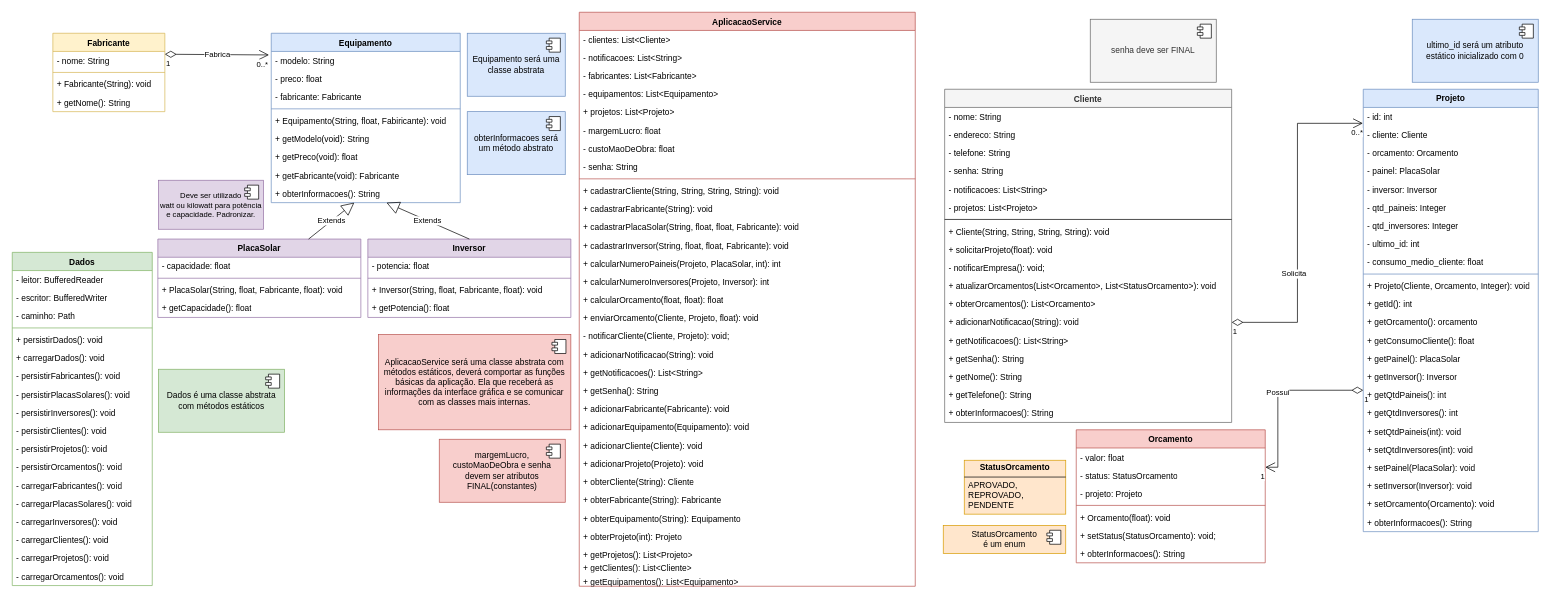
The draw.io diagram diagrama_de_classes.drawio in tasso121/EnergiaSolar, before the edit. Source tidied: cells renumbered, new cells numbered last; positions are measured from the earlier drawing's top-left corner, leaving out a move shared by most shapes. Both pictures are drawn from the tidied source at 70%, with x=0, y=0 at pixel (12, 12).
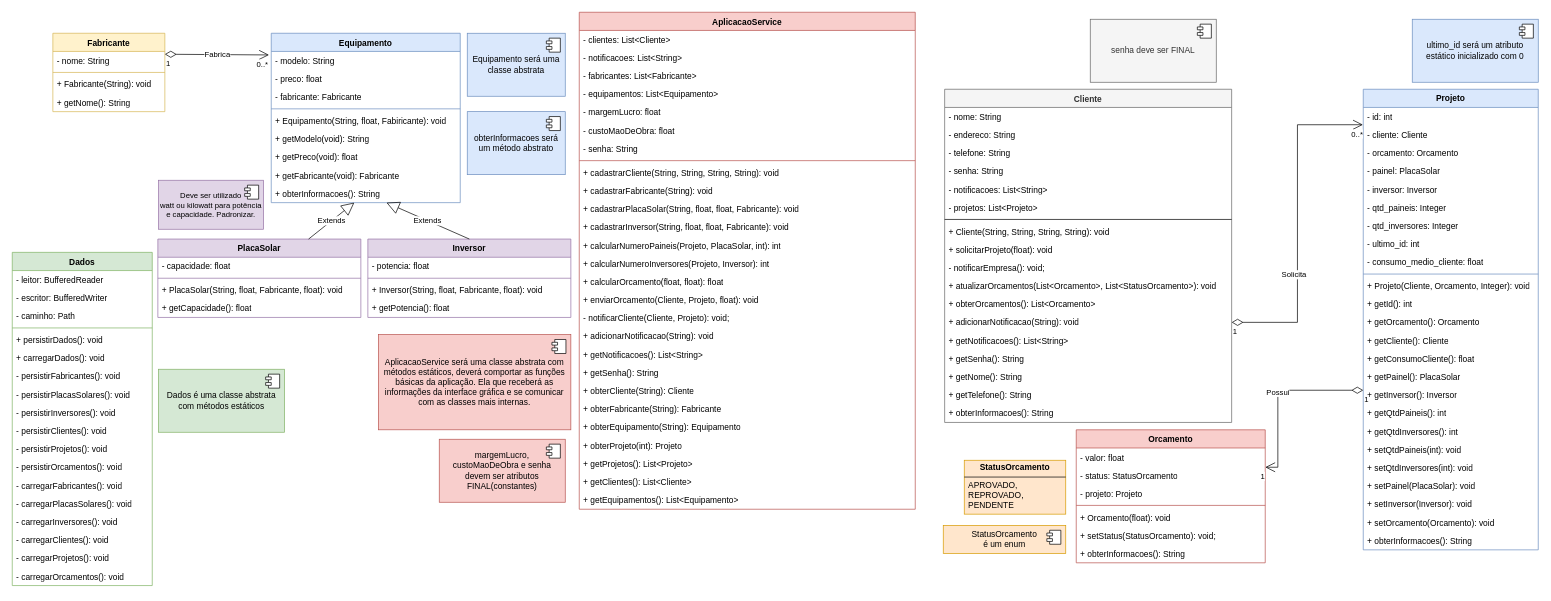
The same page after the edit.

What changed in the source:
```diff
@@
     <mxCell id="52" value="AplicacaoService" style="swimlane;fontStyle=1;align=center;verticalAlign=top;horizontal=1;startSize=26;whiteSpace=wrap;html=1;fillColor=#f8cecc;strokeColor=#b85450;" parent="1" vertex="1">
-      <mxGeometry x="810" width="480" height="820" as="geometry" />
+      <mxGeometry x="810" width="480" height="710" as="geometry" />
     </mxCell>
@@
-    <mxCell id="57" value="+ projetos: List&amp;lt;Projeto&amp;gt;" style="text;strokeColor=none;fillColor=none;align=left;verticalAlign=top;spacingLeft=4;spacingRight=4;overflow=hidden;whiteSpace=wrap;html=1;" parent="52" vertex="1">
-      <mxGeometry y="130" width="480" height="26" as="geometry" />
-    </mxCell>
     <mxCell id="58" value="- margemLucro: float" style="text;strokeColor=none;fillColor=none;align=left;verticalAlign=top;spacingLeft=4;spacingRight=4;overflow=hidden;whiteSpace=wrap;html=1;" parent="52" vertex="1">
-      <mxGeometry y="156" width="480" height="26" as="geometry" />
+      <mxGeometry y="130" width="480" height="26" as="geometry" />
     </mxCell>
     <mxCell id="59" value="- custoMaoDeObra: float" style="text;strokeColor=none;fillColor=none;align=left;verticalAlign=top;spacingLeft=4;spacingRight=4;overflow=hidden;whiteSpace=wrap;html=1;" parent="52" vertex="1">
-      <mxGeometry y="182" width="480" height="26" as="geometry" />
+      <mxGeometry y="156" width="480" height="26" as="geometry" />
     </mxCell>
     <mxCell id="60" value="- senha: String" style="text;strokeColor=none;fillColor=none;align=left;verticalAlign=top;spacingLeft=4;spacingRight=4;overflow=hidden;whiteSpace=wrap;html=1;" parent="52" vertex="1">
-      <mxGeometry y="208" width="480" height="26" as="geometry" />
+      <mxGeometry y="182" width="480" height="26" as="geometry" />
     </mxCell>
     <mxCell id="61" style="line;strokeWidth=1;fillColor=none;align=left;verticalAlign=middle;spacingTop=-1;spacingLeft=3;spacingRight=3;labelPosition=right;strokeColor=inherit;" parent="52" vertex="1">
-      <mxGeometry y="234" width="480" height="8" as="geometry" />
+      <mxGeometry y="208" width="480" height="8" as="geometry" />
     </mxCell>
     <mxCell id="62" value="+ cadastrarCliente(String, String, String, String): void" style="text;strokeColor=none;fillColor=none;align=left;verticalAlign=top;spacingLeft=4;spacingRight=4;overflow=hidden;whiteSpace=wrap;html=1;" parent="52" vertex="1">
-      <mxGeometry y="242" width="480" height="26" as="geometry" />
+      <mxGeometry y="216" width="480" height="26" as="geometry" />
     </mxCell>
     <mxCell id="63" value="+ cadastrarFabricante(String): void" style="text;strokeColor=none;fillColor=none;align=left;verticalAlign=top;spacingLeft=4;spacingRight=4;overflow=hidden;whiteSpace=wrap;html=1;" parent="52" vertex="1">
-      <mxGeometry y="268" width="480" height="26" as="geometry" />
+      <mxGeometry y="242" width="480" height="26" as="geometry" />
     </mxCell>
     <mxCell id="64" value="+ cadastrarPlacaSolar(String, float, float, Fabricante): void" style="text;strokeColor=none;fillColor=none;align=left;verticalAlign=top;spacingLeft=4;spacingRight=4;overflow=hidden;whiteSpace=wrap;html=1;" parent="52" vertex="1">
-      <mxGeometry y="294" width="480" height="26" as="geometry" />
+      <mxGeometry y="268" width="480" height="26" as="geometry" />
     </mxCell>
     <mxCell id="65" value="+ cadastrarInversor(String, float, float, Fabricante): void" style="text;strokeColor=none;fillColor=none;align=left;verticalAlign=top;spacingLeft=4;spacingRight=4;overflow=hidden;whiteSpace=wrap;html=1;" parent="52" vertex="1">
-      <mxGeometry y="320" width="480" height="26" as="geometry" />
+      <mxGeometry y="294" width="480" height="26" as="geometry" />
     </mxCell>
     <mxCell id="66" value="+ calcularNumeroPaineis(Projeto, PlacaSolar, int): int" style="text;strokeColor=none;fillColor=none;align=left;verticalAlign=top;spacingLeft=4;spacingRight=4;overflow=hidden;whiteSpace=wrap;html=1;" parent="52" vertex="1">
-      <mxGeometry y="346" width="480" height="26" as="geometry" />
+      <mxGeometry y="320" width="480" height="26" as="geometry" />
     </mxCell>
     <mxCell id="67" value="+ calcularNumeroInversores(Projeto, Inversor): int" style="text;strokeColor=none;fillColor=none;align=left;verticalAlign=top;spacingLeft=4;spacingRight=4;overflow=hidden;whiteSpace=wrap;html=1;" parent="52" vertex="1">
-      <mxGeometry y="372" width="480" height="26" as="geometry" />
+      <mxGeometry y="346" width="480" height="26" as="geometry" />
     </mxCell>
     <mxCell id="68" value="+ calcularOrcamento(float, float): float" style="text;strokeColor=none;fillColor=none;align=left;verticalAlign=top;spacingLeft=4;spacingRight=4;overflow=hidden;whiteSpace=wrap;html=1;" parent="52" vertex="1">
-      <mxGeometry y="398" width="480" height="26" as="geometry" />
+      <mxGeometry y="372" width="480" height="26" as="geometry" />
     </mxCell>
     <mxCell id="69" value="+ enviarOrcamento(Cliente, Projeto, float): void" style="text;strokeColor=none;fillColor=none;align=left;verticalAlign=top;spacingLeft=4;spacingRight=4;overflow=hidden;whiteSpace=wrap;html=1;" parent="52" vertex="1">
-      <mxGeometry y="424" width="480" height="26" as="geometry" />
+      <mxGeometry y="398" width="480" height="26" as="geometry" />
     </mxCell>
     <mxCell id="70" value="- notificarCliente(Cliente, Projeto): void;" style="text;strokeColor=none;fillColor=none;align=left;verticalAlign=top;spacingLeft=4;spacingRight=4;overflow=hidden;whiteSpace=wrap;html=1;" parent="52" vertex="1">
-      <mxGeometry y="450" width="480" height="26" as="geometry" />
+      <mxGeometry y="424" width="480" height="26" as="geometry" />
     </mxCell>
     <mxCell id="71" value="+ adicionarNotificacao(String): void" style="text;strokeColor=none;fillColor=none;align=left;verticalAlign=top;spacingLeft=4;spacingRight=4;overflow=hidden;whiteSpace=wrap;html=1;" parent="52" vertex="1">
-      <mxGeometry y="476" width="480" height="26" as="geometry" />
+      <mxGeometry y="450" width="480" height="26" as="geometry" />
     </mxCell>
     <mxCell id="72" value="+ getNotificacoes(): List&amp;lt;String&amp;gt;" style="text;strokeColor=none;fillColor=none;align=left;verticalAlign=top;spacingLeft=4;spacingRight=4;overflow=hidden;whiteSpace=wrap;html=1;" parent="52" vertex="1">
-      <mxGeometry y="502" width="480" height="26" as="geometry" />
+      <mxGeometry y="476" width="480" height="26" as="geometry" />
     </mxCell>
     <mxCell id="73" value="+ getSenha(): String" style="text;strokeColor=none;fillColor=none;align=left;verticalAlign=top;spacingLeft=4;spacingRight=4;overflow=hidden;whiteSpace=wrap;html=1;" parent="52" vertex="1">
-      <mxGeometry y="528" width="480" height="26" as="geometry" />
+      <mxGeometry y="502" width="480" height="26" as="geometry" />
     </mxCell>
-    <mxCell id="74" value="+ adicionarFabricante(Fabricante): void" style="text;strokeColor=none;fillColor=none;align=left;verticalAlign=top;spacingLeft=4;spacingRight=4;overflow=hidden;whiteSpace=wrap;html=1;" parent="52" vertex="1">
-      <mxGeometry y="554" width="480" height="26" as="geometry" />
-    </mxCell>
-    <mxCell id="75" value="+ adicionarEquipamento(Equipamento): void" style="text;strokeColor=none;fillColor=none;align=left;verticalAlign=top;spacingLeft=4;spacingRight=4;overflow=hidden;whiteSpace=wrap;html=1;" parent="52" vertex="1">
-      <mxGeometry y="580" width="480" height="26" as="geometry" />
-    </mxCell>
-    <mxCell id="76" value="+ adicionarCliente(Cliente): void" style="text;strokeColor=none;fillColor=none;align=left;verticalAlign=top;spacingLeft=4;spacingRight=4;overflow=hidden;whiteSpace=wrap;html=1;" parent="52" vertex="1">
-      <mxGeometry y="606" width="480" height="26" as="geometry" />
-    </mxCell>
-    <mxCell id="77" value="+ adicionarProjeto(Projeto): void" style="text;strokeColor=none;fillColor=none;align=left;verticalAlign=top;spacingLeft=4;spacingRight=4;overflow=hidden;whiteSpace=wrap;html=1;" parent="52" vertex="1">
-      <mxGeometry y="632" width="480" height="26" as="geometry" />
-    </mxCell>
     <mxCell id="78" value="+ obterCliente(String): Cliente" style="text;strokeColor=none;fillColor=none;align=left;verticalAlign=top;spacingLeft=4;spacingRight=4;overflow=hidden;whiteSpace=wrap;html=1;" parent="52" vertex="1">
-      <mxGeometry y="658" width="480" height="26" as="geometry" />
+      <mxGeometry y="528" width="480" height="26" as="geometry" />
     </mxCell>
     <mxCell id="79" value="+ obterFabricante(String): Fabricante" style="text;strokeColor=none;fillColor=none;align=left;verticalAlign=top;spacingLeft=4;spacingRight=4;overflow=hidden;whiteSpace=wrap;html=1;" parent="52" vertex="1">
-      <mxGeometry y="684" width="480" height="26" as="geometry" />
+      <mxGeometry y="554" width="480" height="26" as="geometry" />
     </mxCell>
     <mxCell id="80" value="+ obterEquipamento(String): Equipamento" style="text;strokeColor=none;fillColor=none;align=left;verticalAlign=top;spacingLeft=4;spacingRight=4;overflow=hidden;whiteSpace=wrap;html=1;" parent="52" vertex="1">
-      <mxGeometry y="710" width="480" height="26" as="geometry" />
+      <mxGeometry y="580" width="480" height="26" as="geometry" />
     </mxCell>
     <mxCell id="81" value="+ obterProjeto(int): Projeto" style="text;strokeColor=none;fillColor=none;align=left;verticalAlign=top;spacingLeft=4;spacingRight=4;overflow=hidden;whiteSpace=wrap;html=1;" parent="52" vertex="1">
-      <mxGeometry y="736" width="480" height="26" as="geometry" />
+      <mxGeometry y="606" width="480" height="26" as="geometry" />
     </mxCell>
     <mxCell id="82" value="+ getProjetos(): List&amp;lt;Projeto&amp;gt;" style="text;strokeColor=none;fillColor=none;align=left;verticalAlign=top;spacingLeft=4;spacingRight=4;overflow=hidden;whiteSpace=wrap;html=1;" parent="52" vertex="1">
-      <mxGeometry y="762" width="480" height="18" as="geometry" />
+      <mxGeometry y="632" width="480" height="26" as="geometry" />
     </mxCell>
     <mxCell id="83" value="+ getClientes(): List&amp;lt;Cliente&amp;gt;" style="text;strokeColor=none;fillColor=none;align=left;verticalAlign=top;spacingLeft=4;spacingRight=4;overflow=hidden;whiteSpace=wrap;html=1;" parent="52" vertex="1">
-      <mxGeometry y="780" width="480" height="20" as="geometry" />
+      <mxGeometry y="658" width="480" height="26" as="geometry" />
     </mxCell>
     <mxCell id="84" value="+ getEquipamentos(): List&amp;lt;Equipamento&amp;gt;" style="text;strokeColor=none;fillColor=none;align=left;verticalAlign=top;spacingLeft=4;spacingRight=4;overflow=hidden;whiteSpace=wrap;html=1;" parent="52" vertex="1">
-      <mxGeometry y="800" width="480" height="20" as="geometry" />
+      <mxGeometry y="684" width="480" height="26" as="geometry" />
     </mxCell>
@@
     <mxCell id="89" value="Projeto" style="swimlane;fontStyle=1;align=center;verticalAlign=top;horizontal=1;startSize=26;whiteSpace=wrap;html=1;fillColor=#dae8fc;strokeColor=#6c8ebf;" parent="1" vertex="1">
-      <mxGeometry x="1930" y="110" width="250" height="632" as="geometry" />
+      <mxGeometry x="1930" y="110" width="250" height="658" as="geometry" />
     </mxCell>
@@
-    <mxCell id="102" value="+ getOrcamento(): orcamento" style="text;strokeColor=none;fillColor=none;align=left;verticalAlign=top;spacingLeft=4;spacingRight=4;overflow=hidden;whiteSpace=wrap;html=1;" parent="89" vertex="1">
+    <mxCell id="102" value="+ getOrcamento(): Orcamento" style="text;strokeColor=none;fillColor=none;align=left;verticalAlign=top;spacingLeft=4;spacingRight=4;overflow=hidden;whiteSpace=wrap;html=1;" parent="89" vertex="1">
       <mxGeometry y="320" width="250" height="26" as="geometry" />
     </mxCell>
+    <mxCell id="163" value="+ getCliente(): Cliente" style="text;strokeColor=none;fillColor=none;align=left;verticalAlign=top;spacingLeft=4;spacingRight=4;overflow=hidden;whiteSpace=wrap;html=1;" parent="89" vertex="1">
+      <mxGeometry y="346" width="250" height="26" as="geometry" />
+    </mxCell>
     <mxCell id="103" value="+ getConsumoCliente(): float" style="text;strokeColor=none;fillColor=none;align=left;verticalAlign=top;spacingLeft=4;spacingRight=4;overflow=hidden;whiteSpace=wrap;html=1;" parent="89" vertex="1">
-      <mxGeometry y="346" width="250" height="26" as="geometry" />
+      <mxGeometry y="372" width="250" height="26" as="geometry" />
     </mxCell>
     <mxCell id="104" value="+ getPainel(): PlacaSolar" style="text;strokeColor=none;fillColor=none;align=left;verticalAlign=top;spacingLeft=4;spacingRight=4;overflow=hidden;whiteSpace=wrap;html=1;" parent="89" vertex="1">
-      <mxGeometry y="372" width="250" height="26" as="geometry" />
+      <mxGeometry y="398" width="250" height="26" as="geometry" />
     </mxCell>
     <mxCell id="105" value="+ getInversor(): Inversor" style="text;strokeColor=none;fillColor=none;align=left;verticalAlign=top;spacingLeft=4;spacingRight=4;overflow=hidden;whiteSpace=wrap;html=1;" parent="89" vertex="1">
-      <mxGeometry y="398" width="250" height="26" as="geometry" />
+      <mxGeometry y="424" width="250" height="26" as="geometry" />
     </mxCell>
     <mxCell id="106" value="+ getQtdPaineis(): int" style="text;strokeColor=none;fillColor=none;align=left;verticalAlign=top;spacingLeft=4;spacingRight=4;overflow=hidden;whiteSpace=wrap;html=1;" parent="89" vertex="1">
-      <mxGeometry y="424" width="250" height="26" as="geometry" />
+      <mxGeometry y="450" width="250" height="26" as="geometry" />
     </mxCell>
     <mxCell id="107" value="+ getQtdInversores(): int" style="text;strokeColor=none;fillColor=none;align=left;verticalAlign=top;spacingLeft=4;spacingRight=4;overflow=hidden;whiteSpace=wrap;html=1;" parent="89" vertex="1">
-      <mxGeometry y="450" width="250" height="26" as="geometry" />
+      <mxGeometry y="476" width="250" height="26" as="geometry" />
     </mxCell>
     <mxCell id="108" value="+ setQtdPaineis(int): void" style="text;strokeColor=none;fillColor=none;align=left;verticalAlign=top;spacingLeft=4;spacingRight=4;overflow=hidden;whiteSpace=wrap;html=1;" parent="89" vertex="1">
-      <mxGeometry y="476" width="250" height="26" as="geometry" />
+      <mxGeometry y="502" width="250" height="26" as="geometry" />
     </mxCell>
     <mxCell id="109" value="+ setQtdInversores(int): void" style="text;strokeColor=none;fillColor=none;align=left;verticalAlign=top;spacingLeft=4;spacingRight=4;overflow=hidden;whiteSpace=wrap;html=1;" parent="89" vertex="1">
-      <mxGeometry y="502" width="250" height="26" as="geometry" />
+      <mxGeometry y="528" width="250" height="26" as="geometry" />
     </mxCell>
     <mxCell id="110" value="+ setPainel(PlacaSolar): void" style="text;strokeColor=none;fillColor=none;align=left;verticalAlign=top;spacingLeft=4;spacingRight=4;overflow=hidden;whiteSpace=wrap;html=1;" parent="89" vertex="1">
-      <mxGeometry y="528" width="250" height="26" as="geometry" />
+      <mxGeometry y="554" width="250" height="26" as="geometry" />
     </mxCell>
     <mxCell id="111" value="+ setInversor(Inversor): void" style="text;strokeColor=none;fillColor=none;align=left;verticalAlign=top;spacingLeft=4;spacingRight=4;overflow=hidden;whiteSpace=wrap;html=1;" parent="89" vertex="1">
-      <mxGeometry y="554" width="250" height="26" as="geometry" />
+      <mxGeometry y="580" width="250" height="26" as="geometry" />
     </mxCell>
     <mxCell id="112" value="+ setOrcamento(Orcamento): void" style="text;strokeColor=none;fillColor=none;align=left;verticalAlign=top;spacingLeft=4;spacingRight=4;overflow=hidden;whiteSpace=wrap;html=1;" parent="89" vertex="1">
-      <mxGeometry y="580" width="250" height="26" as="geometry" />
+      <mxGeometry y="606" width="250" height="26" as="geometry" />
     </mxCell>
     <mxCell id="113" value="+ obterInformacoes(): String" style="text;strokeColor=none;fillColor=none;align=left;verticalAlign=top;spacingLeft=4;spacingRight=4;overflow=hidden;whiteSpace=wrap;html=1;" parent="89" vertex="1">
-      <mxGeometry y="606" width="250" height="26" as="geometry" />
+      <mxGeometry y="632" width="250" height="26" as="geometry" />
     </mxCell>
```
